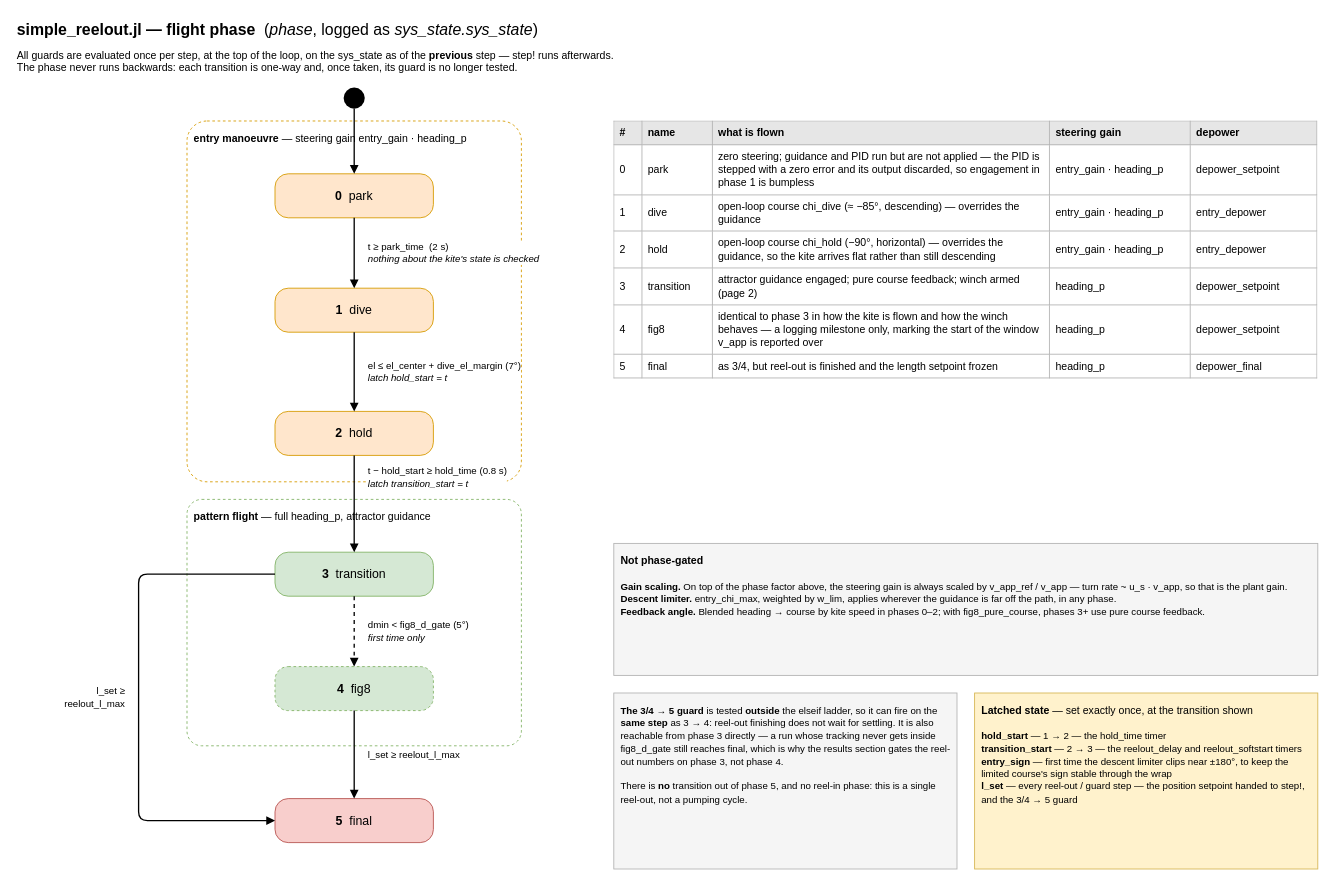
The draw.io diagram page "Flight phases" (1 of 2) of docs/reelout_state_machine.drawio in OpenSourceAWE/SimpleKiteControllers.jl, before the edit. Source tidied: cells renumbered, new cells numbered last; positions are measured from the earlier drawing's top-left corner, leaving out a move shared by most shapes. Both pictures are drawn from the tidied source at 88%, with x=0, y=0 at pixel (15, 15).
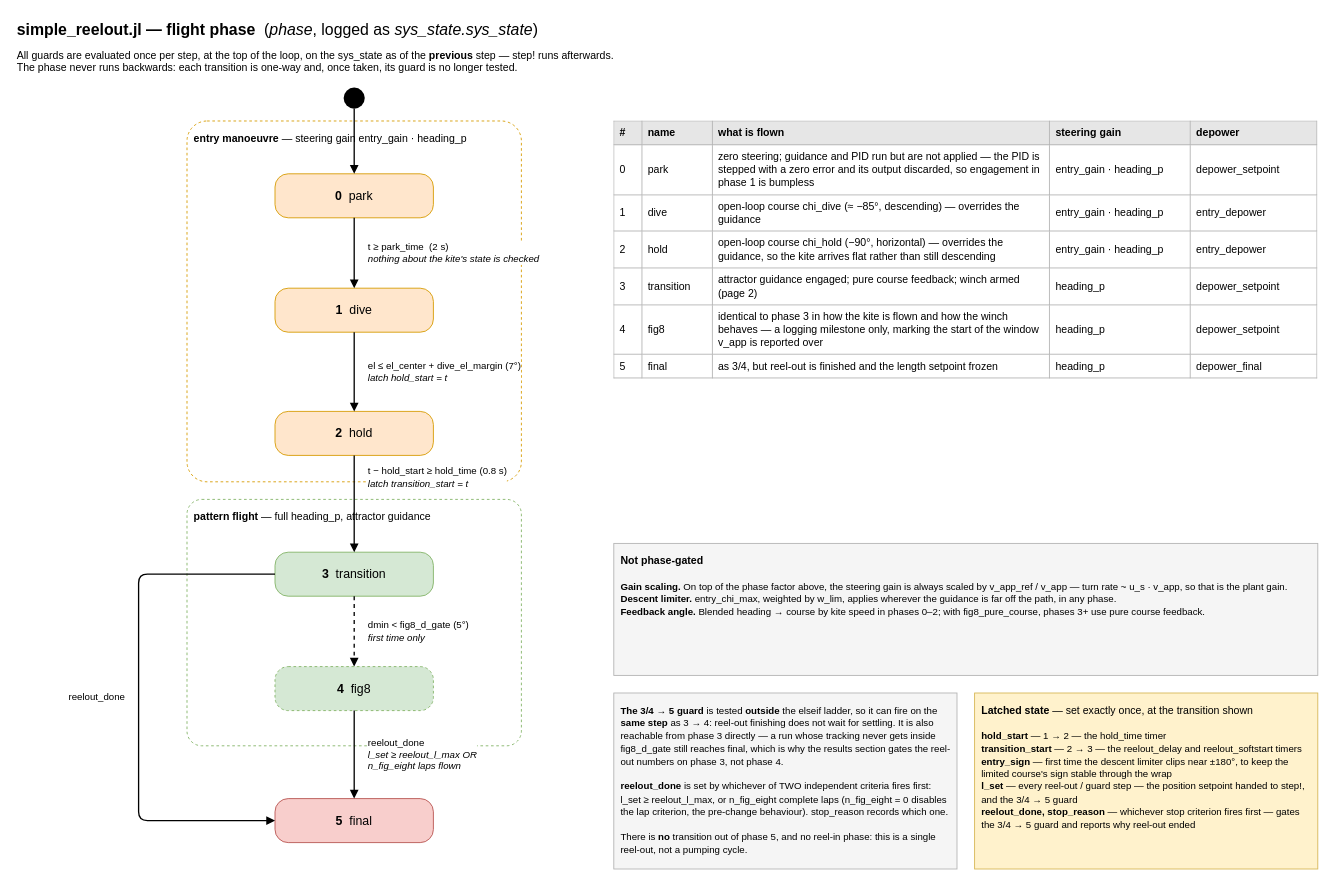
Above is the later version.

Commit message (it also covers changes not shown here):
Add n_fig_eight limit

The change refers to these unchanged cells:
```xml
<mxCell id="10" value="&lt;b&gt;3&lt;/b&gt;&amp;nbsp;&amp;nbsp;transition" style="rounded=1;arcSize=30;whiteSpace=wrap;html=1;fillColor=#d5e8d4;strokeColor=#82b366;fontSize=14;" parent="1" vertex="1">
  <mxGeometry x="295" y="610" width="180" height="50" as="geometry" />
</mxCell>
<mxCell id="11" value="&lt;b&gt;4&lt;/b&gt;&amp;nbsp;&amp;nbsp;fig8" style="rounded=1;arcSize=30;whiteSpace=wrap;html=1;fillColor=#d5e8d4;strokeColor=#82b366;fontSize=14;dashed=1;" parent="1" vertex="1">
  <mxGeometry x="295" y="740" width="180" height="50" as="geometry" />
</mxCell>
<mxCell id="12" value="&lt;b&gt;5&lt;/b&gt;&amp;nbsp;&amp;nbsp;final" style="rounded=1;arcSize=30;whiteSpace=wrap;html=1;fillColor=#f8cecc;strokeColor=#b85450;fontSize=14;" parent="1" vertex="1">
  <mxGeometry x="295" y="890" width="180" height="50" as="geometry" />
</mxCell>
```

What changed in the source:
```diff
@@
-    <mxCell id="18" value="&lt;font style=&quot;font-size:11px&quot;&gt;l_set ≥ reelout_l_max&lt;/font&gt;" style="edgeStyle=orthogonalEdgeStyle;rounded=1;html=1;endArrow=block;endFill=1;strokeWidth=1.5;align=left;verticalAlign=middle;labelBackgroundColor=#ffffff;" parent="1" edge="1" source="11" target="12">
+    <mxCell id="18" value="&lt;font style=&quot;font-size:11px&quot;&gt;reelout_done&lt;br&gt;&lt;i&gt;l_set ≥ reelout_l_max OR&lt;br&gt;n_fig_eight laps flown&lt;/i&gt;&lt;/font&gt;" style="edgeStyle=orthogonalEdgeStyle;rounded=1;html=1;endArrow=block;endFill=1;strokeWidth=1.5;align=left;verticalAlign=middle;labelBackgroundColor=#ffffff;" parent="1" edge="1" source="11" target="12">
       <mxGeometry relative="1" as="geometry">
         <mxPoint x="14" as="offset" />
       </mxGeometry>
     </mxCell>
-    <mxCell id="19" value="&lt;font style=&quot;font-size:11px&quot;&gt;l_set ≥&lt;br&gt;reelout_l_max&lt;/font&gt;" style="edgeStyle=orthogonalEdgeStyle;rounded=1;html=1;endArrow=block;endFill=1;strokeWidth=1.5;exitX=0;exitY=0.5;exitDx=0;exitDy=0;entryX=0;entryY=0.5;entryDx=0;entryDy=0;align=right;verticalAlign=middle;labelBackgroundColor=#ffffff;" parent="1" edge="1" source="10" target="12">
+    <mxCell id="19" value="&lt;font style=&quot;font-size:11px&quot;&gt;reelout_done&lt;/font&gt;" style="edgeStyle=orthogonalEdgeStyle;rounded=1;html=1;endArrow=block;endFill=1;strokeWidth=1.5;exitX=0;exitY=0.5;exitDx=0;exitDy=0;entryX=0;entryY=0.5;entryDx=0;entryDy=0;align=right;verticalAlign=middle;labelBackgroundColor=#ffffff;" parent="1" edge="1" source="10" target="12">
       <mxGeometry relative="1" as="geometry">
         <Array as="points">
           <mxPoint x="140" y="635" />
           <mxPoint x="140" y="915" />
         </Array>
         <mxPoint x="-14" as="offset" />
       </mxGeometry>
     </mxCell>
@@
-    <mxCell id="22" value="&lt;font style=&quot;font-size:11px&quot;&gt;&lt;b&gt;The 3/4 → 5 guard&lt;/b&gt; is tested &lt;b&gt;outside&lt;/b&gt; the elseif ladder, so it can fire on the &lt;b&gt;same step&lt;/b&gt; as 3 → 4: reel-out finishing does not wait for settling. It is also reachable from phase 3 directly — a run whose tracking never gets inside fig8_d_gate still reaches final, which is why the results section gates the reel-out numbers on phase 3, not phase 4.&lt;br&gt;&lt;br&gt;There is &lt;b&gt;no&lt;/b&gt; transition out of phase 5, and no reel-in phase: this is a single reel-out, not a pumping cycle.&lt;/font&gt;" style="rounded=0;whiteSpace=wrap;html=1;align=left;verticalAlign=top;fillColor=#f5f5f5;strokeColor=#b3b3b3;spacing=8;" parent="1" vertex="1">
+    <mxCell id="22" value="&lt;font style=&quot;font-size:11px&quot;&gt;&lt;b&gt;The 3/4 → 5 guard&lt;/b&gt; is tested &lt;b&gt;outside&lt;/b&gt; the elseif ladder, so it can fire on the &lt;b&gt;same step&lt;/b&gt; as 3 → 4: reel-out finishing does not wait for settling. It is also reachable from phase 3 directly — a run whose tracking never gets inside fig8_d_gate still reaches final, which is why the results section gates the reel-out numbers on phase 3, not phase 4.&lt;br&gt;&lt;br&gt;&lt;b&gt;reelout_done&lt;/b&gt; is set by whichever of TWO independent criteria fires first: l_set ≥ reelout_l_max, or n_fig_eight complete laps (n_fig_eight = 0 disables the lap criterion, the pre-change behaviour). stop_reason records which one.&lt;br&gt;&lt;br&gt;There is &lt;b&gt;no&lt;/b&gt; transition out of phase 5, and no reel-in phase: this is a single reel-out, not a pumping cycle.&lt;/font&gt;" style="rounded=0;whiteSpace=wrap;html=1;align=left;verticalAlign=top;fillColor=#f5f5f5;strokeColor=#b3b3b3;spacing=8;" parent="1" vertex="1">
       <mxGeometry x="680" y="770" width="390" height="200" as="geometry" />
     </mxCell>
-    <mxCell id="23" value="&lt;b&gt;Latched state&lt;/b&gt; — set exactly once, at the transition shown&lt;br&gt;&lt;br&gt;&lt;font style=&quot;font-size:11px&quot;&gt;&lt;b&gt;hold_start&lt;/b&gt; — 1 → 2 — the hold_time timer&lt;br&gt;&lt;b&gt;transition_start&lt;/b&gt; — 2 → 3 — the reelout_delay and reelout_softstart timers&lt;br&gt;&lt;b&gt;entry_sign&lt;/b&gt; — first time the descent limiter clips near ±180°, to keep the limited course's sign stable through the wrap&lt;br&gt;&lt;b&gt;l_set&lt;/b&gt; — every reel-out / guard step — the position setpoint handed to step!, and the 3/4 → 5 guard&lt;/font&gt;" style="rounded=0;whiteSpace=wrap;html=1;align=left;verticalAlign=top;fillColor=#fff2cc;strokeColor=#d6b656;spacing=8;" parent="1" vertex="1">
+    <mxCell id="23" value="&lt;b&gt;Latched state&lt;/b&gt; — set exactly once, at the transition shown&lt;br&gt;&lt;br&gt;&lt;font style=&quot;font-size:11px&quot;&gt;&lt;b&gt;hold_start&lt;/b&gt; — 1 → 2 — the hold_time timer&lt;br&gt;&lt;b&gt;transition_start&lt;/b&gt; — 2 → 3 — the reelout_delay and reelout_softstart timers&lt;br&gt;&lt;b&gt;entry_sign&lt;/b&gt; — first time the descent limiter clips near ±180°, to keep the limited course's sign stable through the wrap&lt;br&gt;&lt;b&gt;l_set&lt;/b&gt; — every reel-out / guard step — the position setpoint handed to step!, and the 3/4 → 5 guard&lt;br&gt;&lt;b&gt;reelout_done, stop_reason&lt;/b&gt; — whichever stop criterion fires first — gates the 3/4 → 5 guard and reports why reel-out ended&lt;/font&gt;" style="rounded=0;whiteSpace=wrap;html=1;align=left;verticalAlign=top;fillColor=#fff2cc;strokeColor=#d6b656;spacing=8;" parent="1" vertex="1">
       <mxGeometry x="1090" y="770" width="390" height="200" as="geometry" />
     </mxCell>
```
